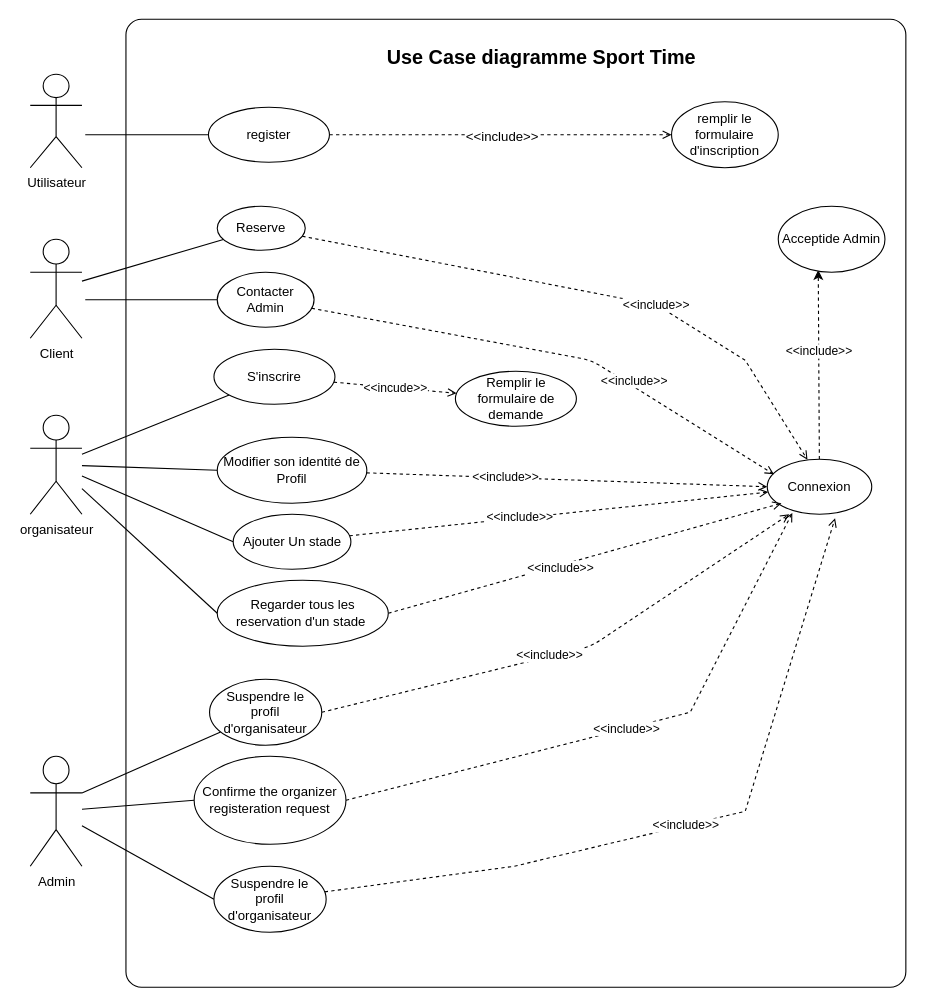
StailiAbdessalam/file-roue-sport-time- keeps this draw.io diagram as CDC & Consiption/diagramme_useCase/useCase.drawio. Above is the earlier version. Source tidied: cells renumbered, new cells numbered last; positions are measured from the earlier drawing's top-left corner, leaving out a move shared by most shapes. Both pictures are drawn from the tidied source at 110%, with x=0, y=0 at pixel (30, 19).
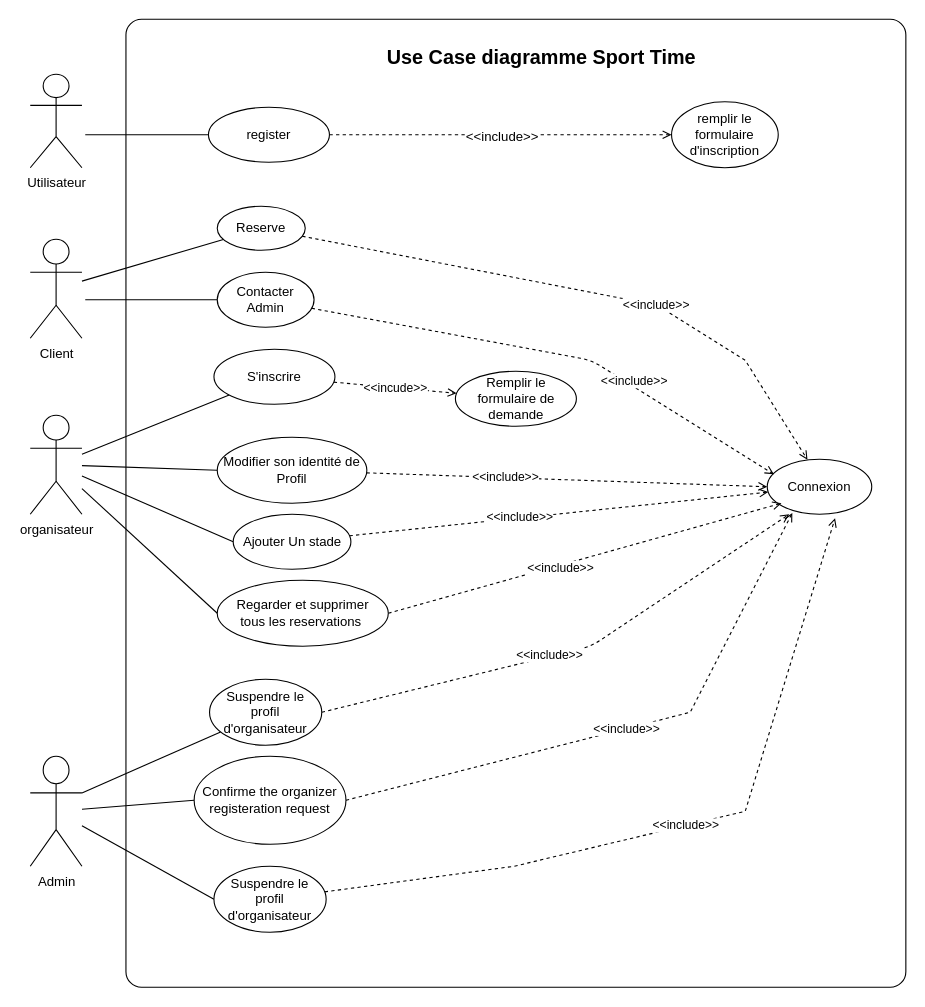
After the change.

Commit message (it also covers changes not shown here):
use cas

Unchanged cells that the change refers to:
```xml
<mxCell id="12" value="Connexion" style="ellipse;whiteSpace=wrap;html=1;" parent="1" vertex="1">
  <mxGeometry x="670" y="400" width="95" height="50" as="geometry" />
</mxCell>
```

Change to the diagram source:
```diff
@@
-    <mxCell id="10" style="edgeStyle=none;html=1;entryX=0.375;entryY=0.966;entryDx=0;entryDy=0;entryPerimeter=0;dashed=1;" parent="1" edge="1" source="12" target="49">
-      <mxGeometry relative="1" as="geometry" />
-    </mxCell>
-    <mxCell id="11" value="&amp;lt;&amp;lt;include&amp;gt;&amp;gt;" style="edgeLabel;html=1;align=center;verticalAlign=middle;" parent="10" vertex="1">
-      <mxGeometry x="0.15" relative="1" as="geometry" />
-    </mxCell>
@@
-    <mxCell id="44" value="Regarder tous les reservation d'un stade&amp;nbsp;" style="ellipse;whiteSpace=wrap;html=1;" parent="1" vertex="1">
+    <mxCell id="44" value="Regarder et supprimer&lt;br&gt;&amp;nbsp;tous les reservations&amp;nbsp;&amp;nbsp;" style="ellipse;whiteSpace=wrap;html=1;" parent="1" vertex="1">
       <mxGeometry x="170" y="510" width="155.5" height="60" as="geometry" />
     </mxCell>
@@
-    <mxCell id="49" value="Acceptide Admin" style="ellipse;whiteSpace=wrap;html=1;" parent="1" vertex="1">
-      <mxGeometry x="680" y="170" width="97" height="60" as="geometry" />
-    </mxCell>
```
